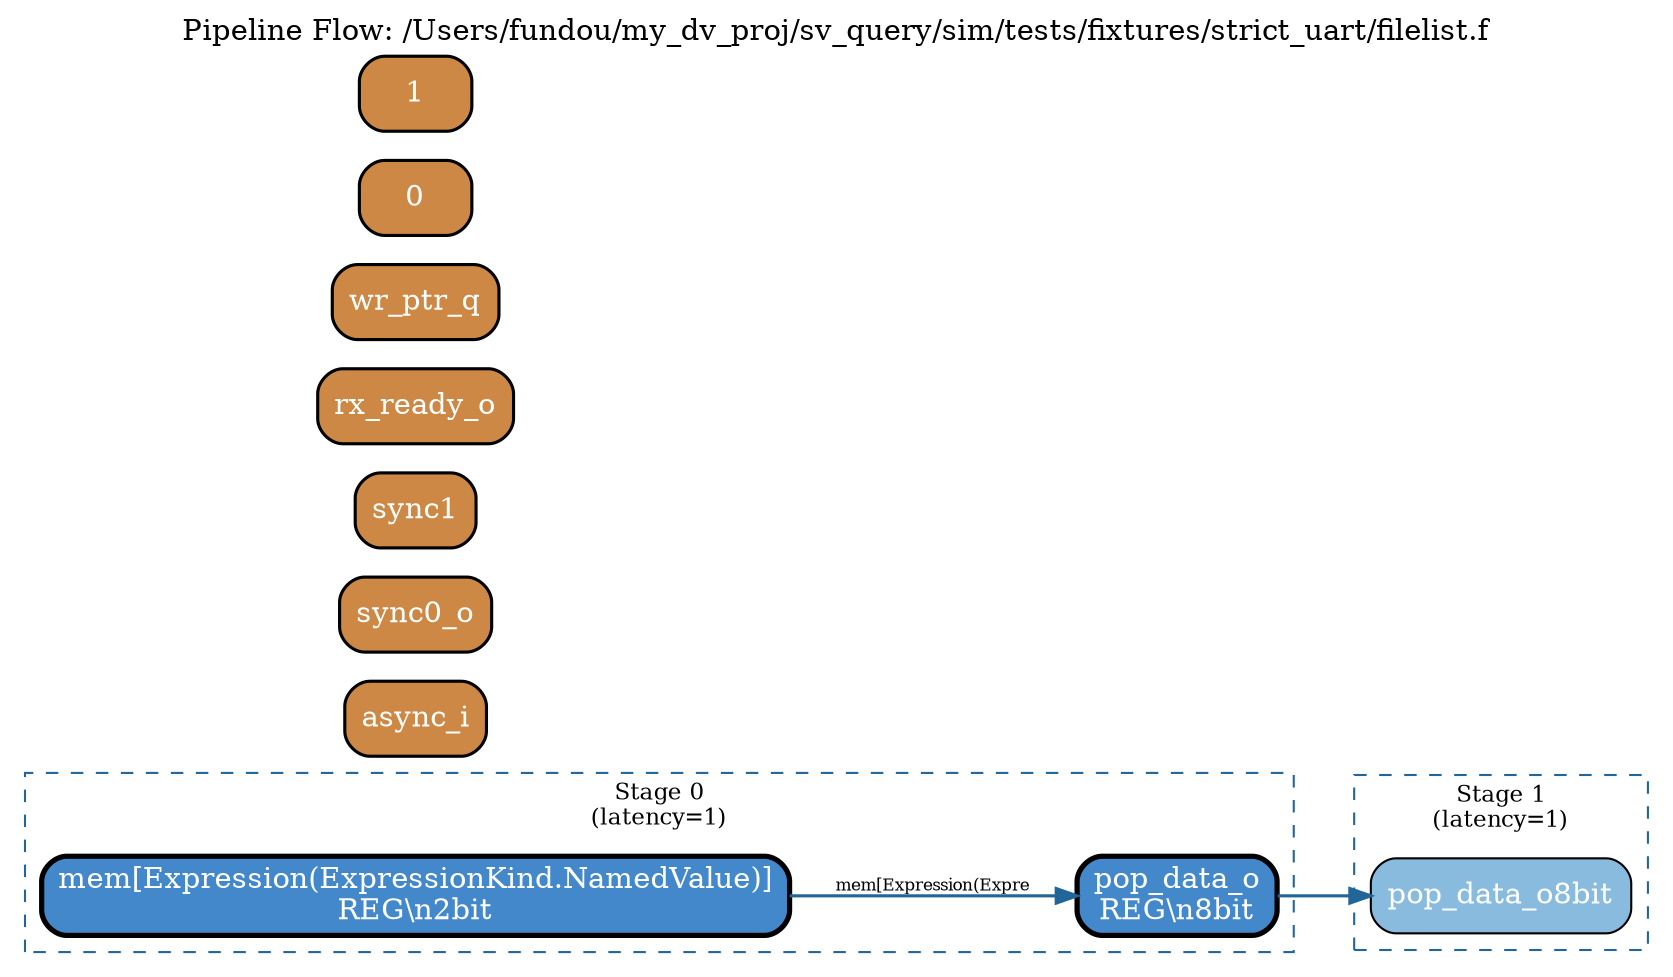
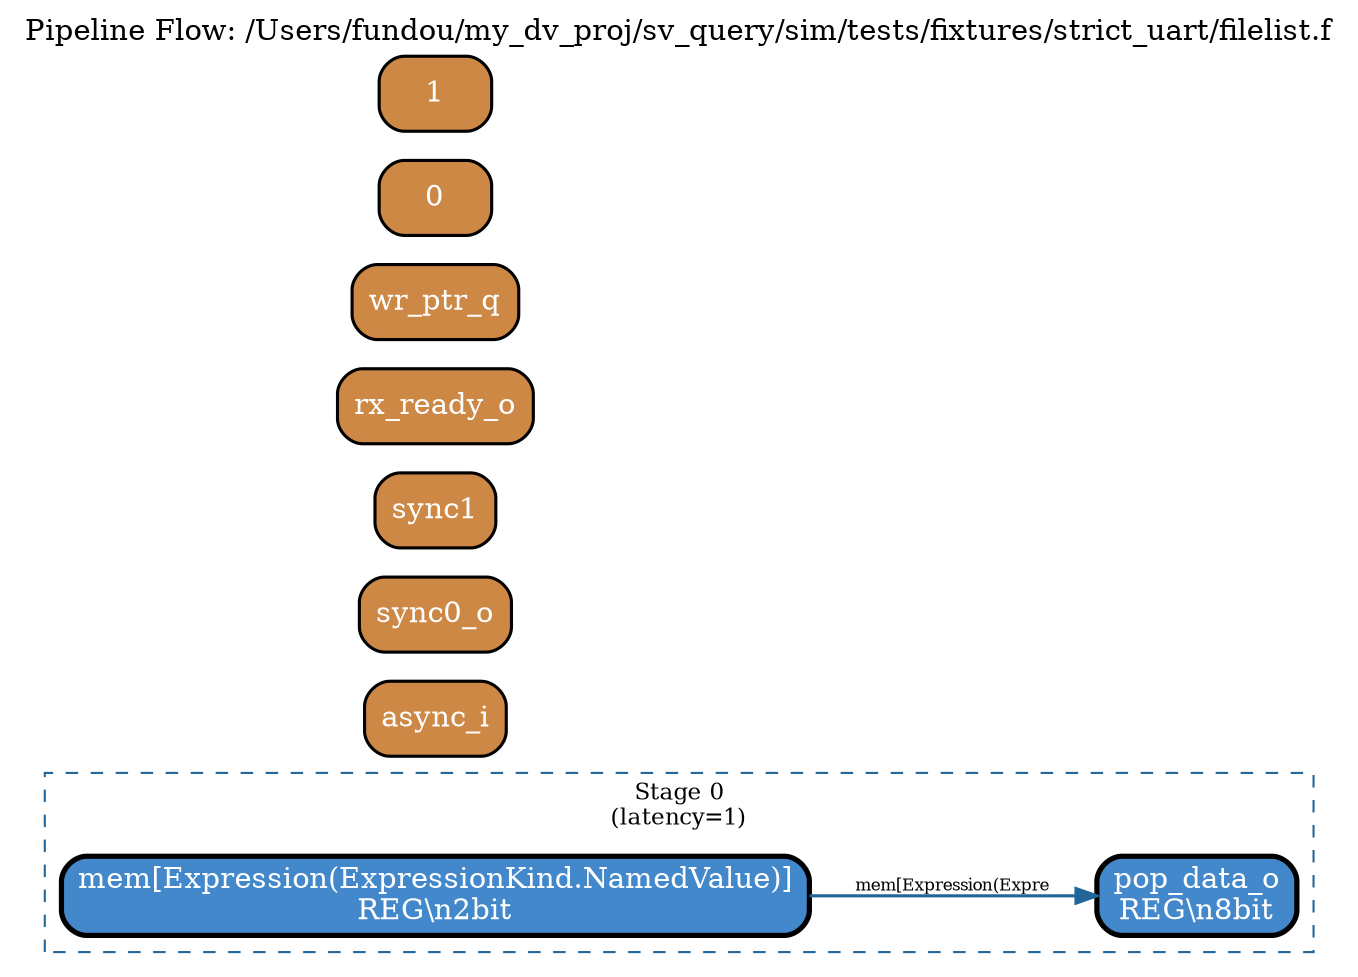
digraph pipeline {
  rankdir=LR;
  label="Pipeline Flow: /Users/fundou/my_dv_proj/sv_query/sim/tests/fixtures/strict_uart/filelist.f";
  labelloc=t;
  fontsize=14;
  ranksep=0.6;
  nodesep=0.2;
  splines=polyline;

  // 2 pipeline regs, 2 control regs
  // 3 state regs, 2 stages

  subgraph cluster_stage0 {
    label="Stage 0\n(latency=1)";
    style=dashed;
    color="#226699";
    fontsize=11;
    "sync_fifo.mem[Expression(ExpressionKind.NamedValue)]" [label="mem[Expression(ExpressionKind.NamedValue)]\nREG\\n2bit" shape=box style="rounded,filled" fillcolor="#4488cc" fontcolor="white" penwidth=2.5];
    "sync_fifo.pop_data_o" [label="pop_data_o\
8bit" shape=box style="rounded,filled" fillcolor="#88bbdd" fontcolor="white" penwidth=1];
  }

  subgraph cluster_stage1 {
    label="Stage 1\n(latency=1)";
    style=dashed;
    color="#226699";
    fontsize=11;
    "sync_fifo.pop_data_o" [label="pop_data_o\nREG\\n8bit" shape=box style="rounded,filled" fillcolor="#4488cc" fontcolor="white" penwidth=2.5];
-     "uart_top.rx_fifo.pop_data_o" [label="pop_data_o\
- 8bit" shape=box style="rounded,filled" fillcolor="#88bbdd" fontcolor="white" penwidth=1];
  }

  "synchronizer.async_i" [label="async_i" shape=box style="rounded,filled" fillcolor="#cc8844" fontcolor="white" penwidth=1.5];
  "synchronizer.sync0_o" [label="sync0_o" shape=box style="rounded,filled" fillcolor="#cc8844" fontcolor="white" penwidth=1.5];
  "synchronizer.sync1" [label="sync1" shape=box style="rounded,filled" fillcolor="#cc8844" fontcolor="white" penwidth=1.5];
  "uart_top.rx_ready_o" [label="rx_ready_o" shape=box style="rounded,filled" fillcolor="#cc8844" fontcolor="white" penwidth=1.5];
  "sync_fifo.wr_ptr_q" [label="wr_ptr_q" shape=box style="rounded,filled" fillcolor="#cc8844" fontcolor="white" penwidth=1.5];
  "0" [label="0" shape=box style="rounded,filled" fillcolor="#cc8844" fontcolor="white" penwidth=1.5];
  "1" [label="1" shape=box style="rounded,filled" fillcolor="#cc8844" fontcolor="white" penwidth=1.5];

  // === Data edges (stage → stage) ===
  "sync_fifo.mem[Expression(ExpressionKind.NamedValue)]" -> "sync_fifo.pop_data_o" [color="#226699" penwidth=1.5 label="mem[Expression(Expre" fontsize=8];
-   "sync_fifo.pop_data_o" -> "uart_top.rx_fifo.pop_data_o" [color="#226699" penwidth=1.5 label="" fontsize=8];

  // === Control edges (dashed) ===
}